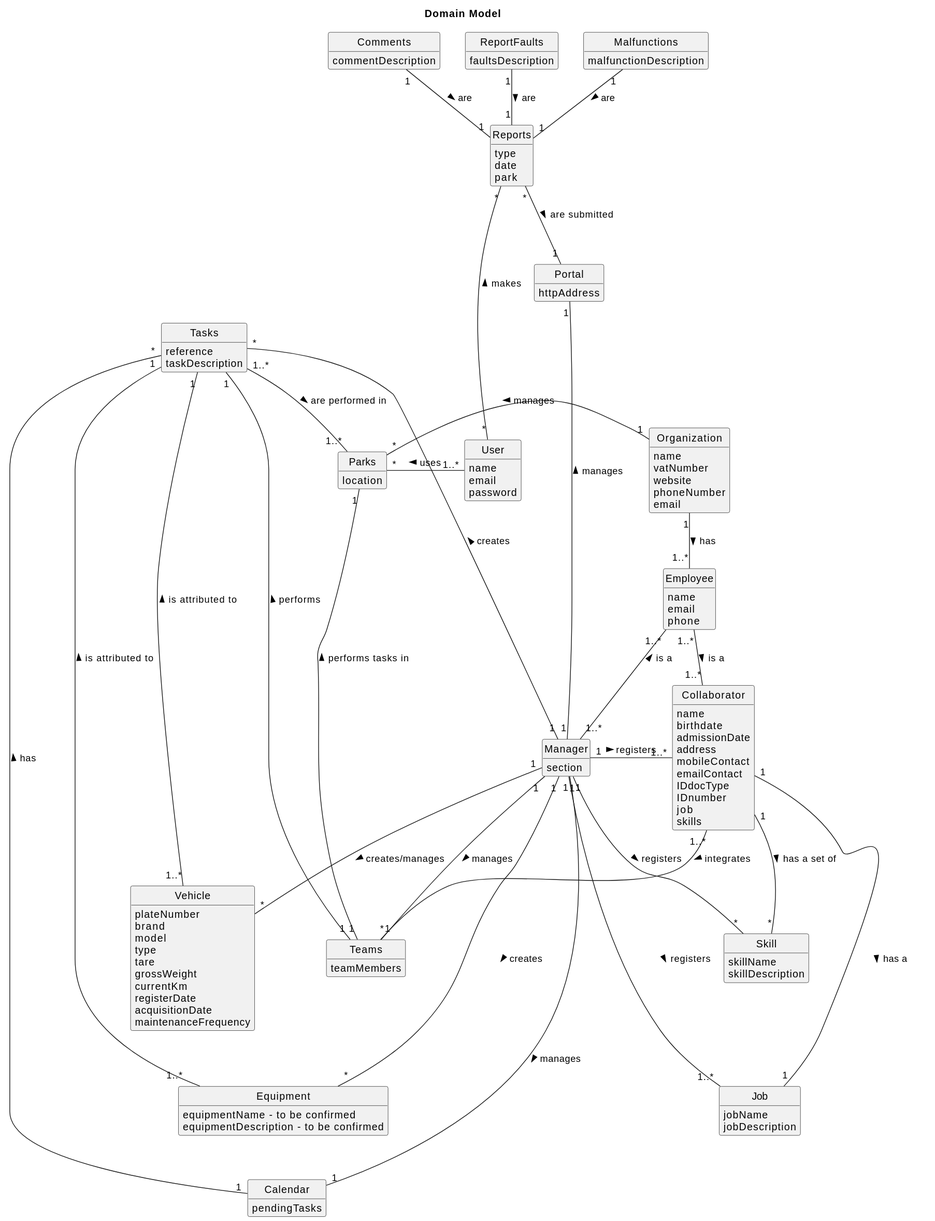
Before: docs/sprintA/global-artifacts/02.analysis/svg/project-domain-model.svg, a diagram exported from PlantUML (Paulo-Pereira-at-ISEP/lei-24-s2-1nanb-g321).
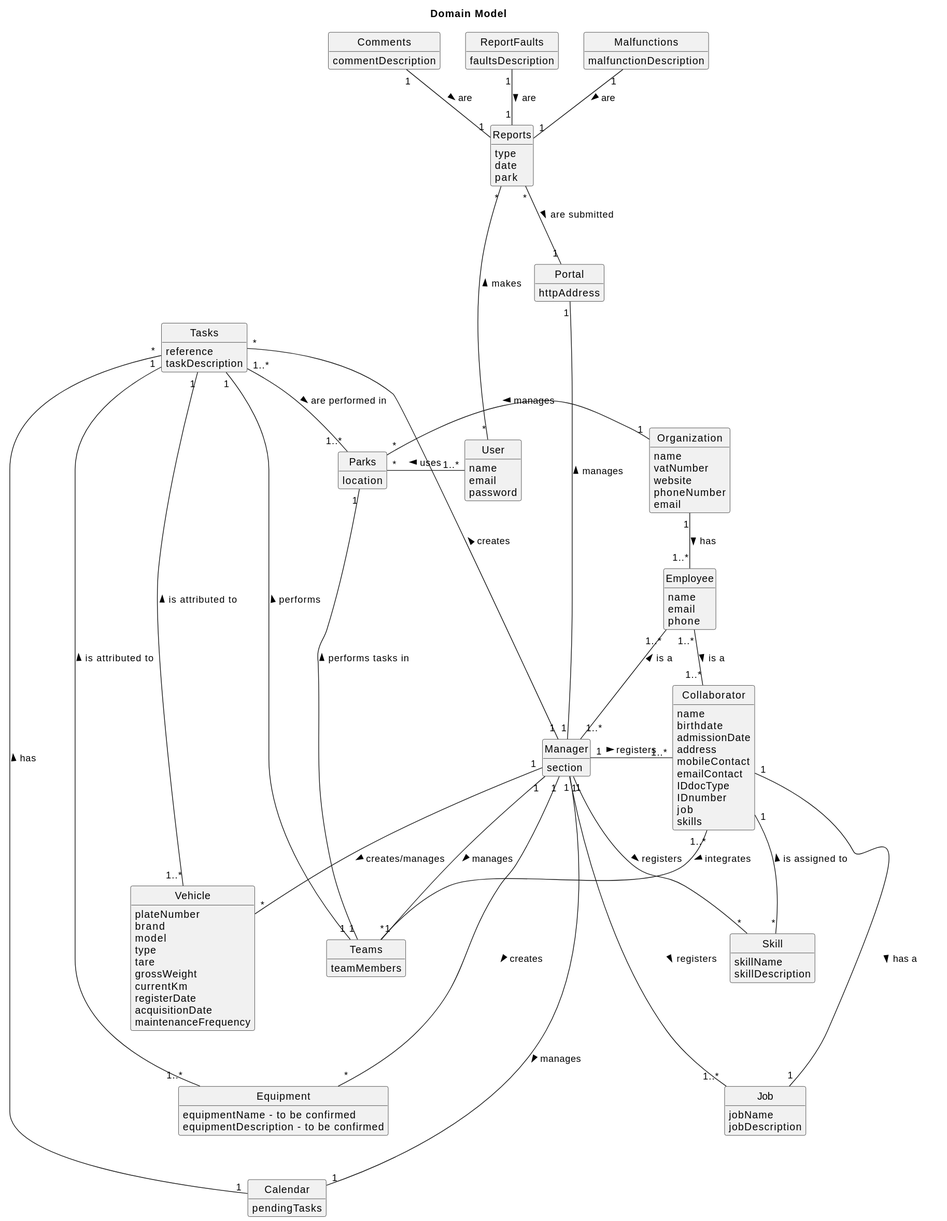
Above is the later version.

Diff of the diagram source:
```diff
@@ -149,7 +149,7 @@
 Employee "1..*" -- "1..*" Collaborator: is a >
 
 Collaborator "1" --- "1" Job: has a >
-Collaborator "1" --down "*" Skill: has a set of >
+Collaborator "1" --down "*" Skill: is assigned to <
 Collaborator "1..*" --down "1" Teams: integrates >
 
 
```
